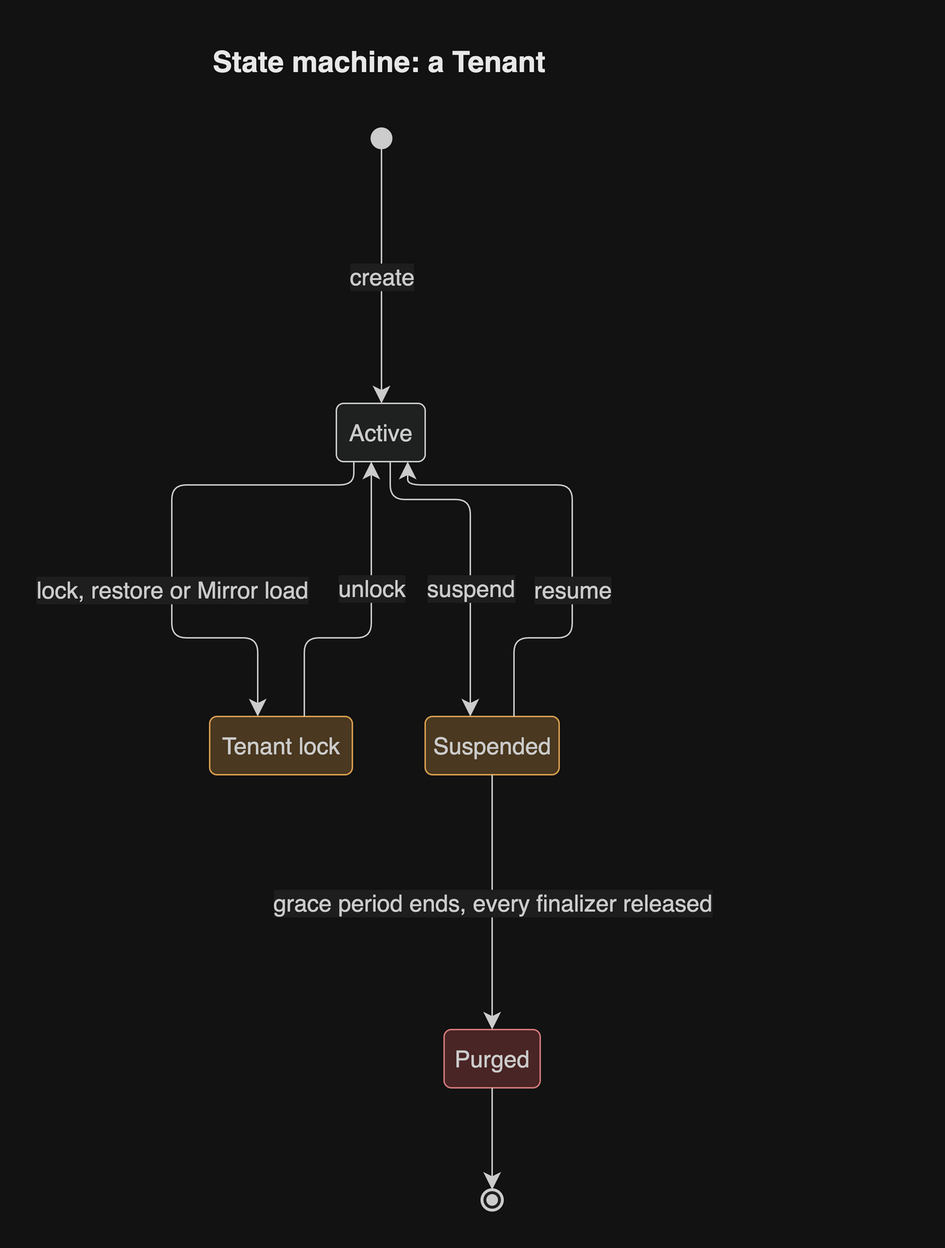
Before: docs/diagrams/png/state-tenant.png, a diagram exported from draw.io (JorisJonkers-dev/estate-kit). Source tidied: cells renumbered, new cells last; positions are measured from the earlier drawing's top-left corner, leaving out a move shared by most shapes.
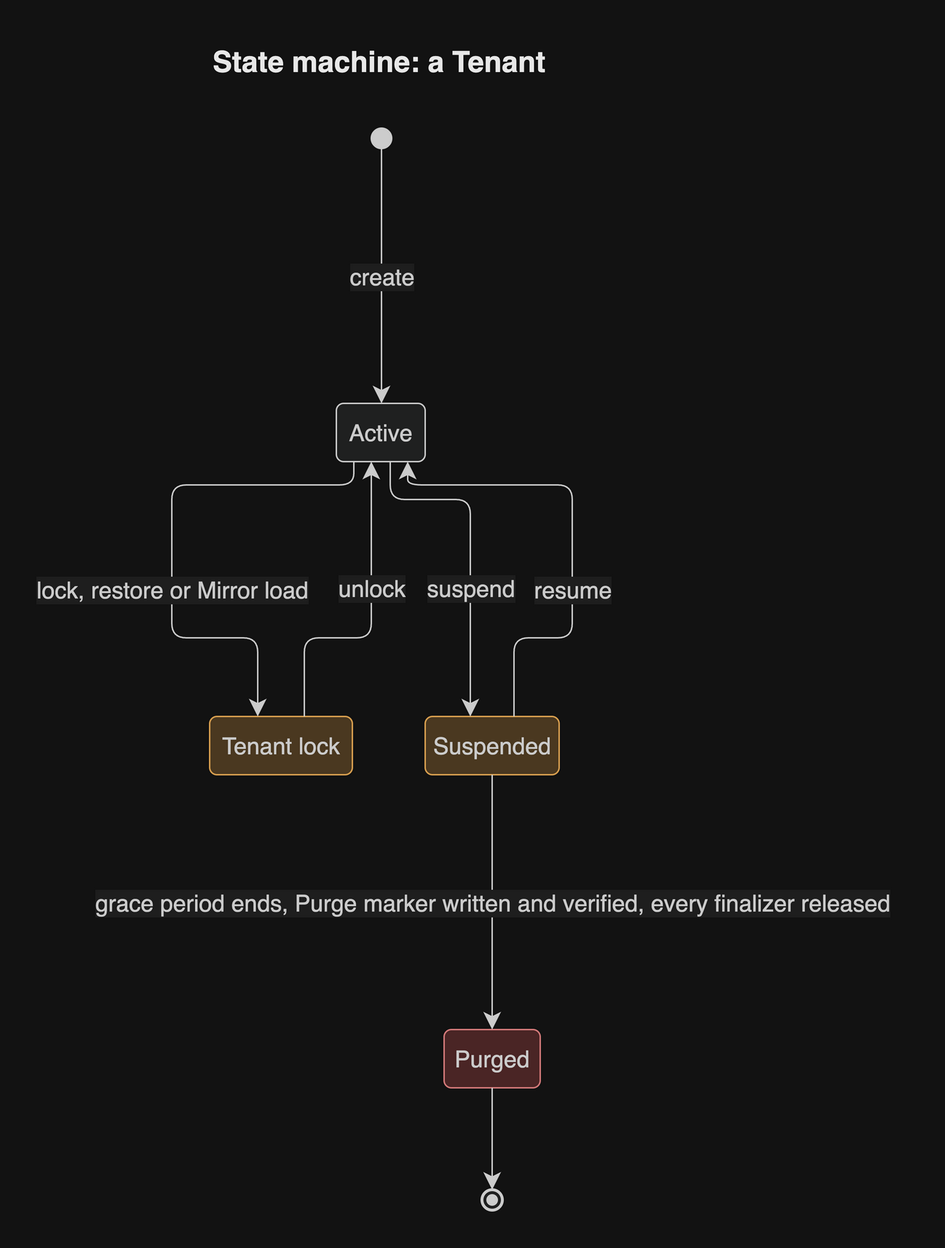
After the commit.

The edit, as a diff of the source:
```diff
@@ -67,7 +67,7 @@
         <mxPoint y="36.5" as="offset" />
       </mxGeometry>
     </mxCell>
-    <mxCell id="13" value="grace period ends, every finalizer released" style="curved=0;startArrow=none;endArrow=classic;endSize=9;fillColor=none;strokeColor=light-dark(#333333,#cccccc);html=1;fontSize=16;fontColor=light-dark(#333333,#cccccc);rounded=1;exitX=0.5;exitY=1;entryX=0.5;entryY=0;edgeStyle=orthogonalEdgeStyle;fontFamily=Helvetica;labelBackgroundColor=light-dark(#ffffff,#1e1e1e);" parent="1" edge="1" source="5" target="6">
+    <mxCell id="13" value="grace period ends, Purge marker written and verified, every finalizer released" style="curved=0;startArrow=none;endArrow=classic;endSize=9;fillColor=none;strokeColor=light-dark(#333333,#cccccc);html=1;fontSize=16;fontColor=light-dark(#333333,#cccccc);rounded=1;exitX=0.5;exitY=1;entryX=0.5;entryY=0;edgeStyle=orthogonalEdgeStyle;fontFamily=Helvetica;labelBackgroundColor=light-dark(#ffffff,#1e1e1e);" parent="1" edge="1" source="5" target="6">
       <mxGeometry relative="1" as="geometry">
         <Array as="points">
           <mxPoint x="220" y="595.5" />
```
